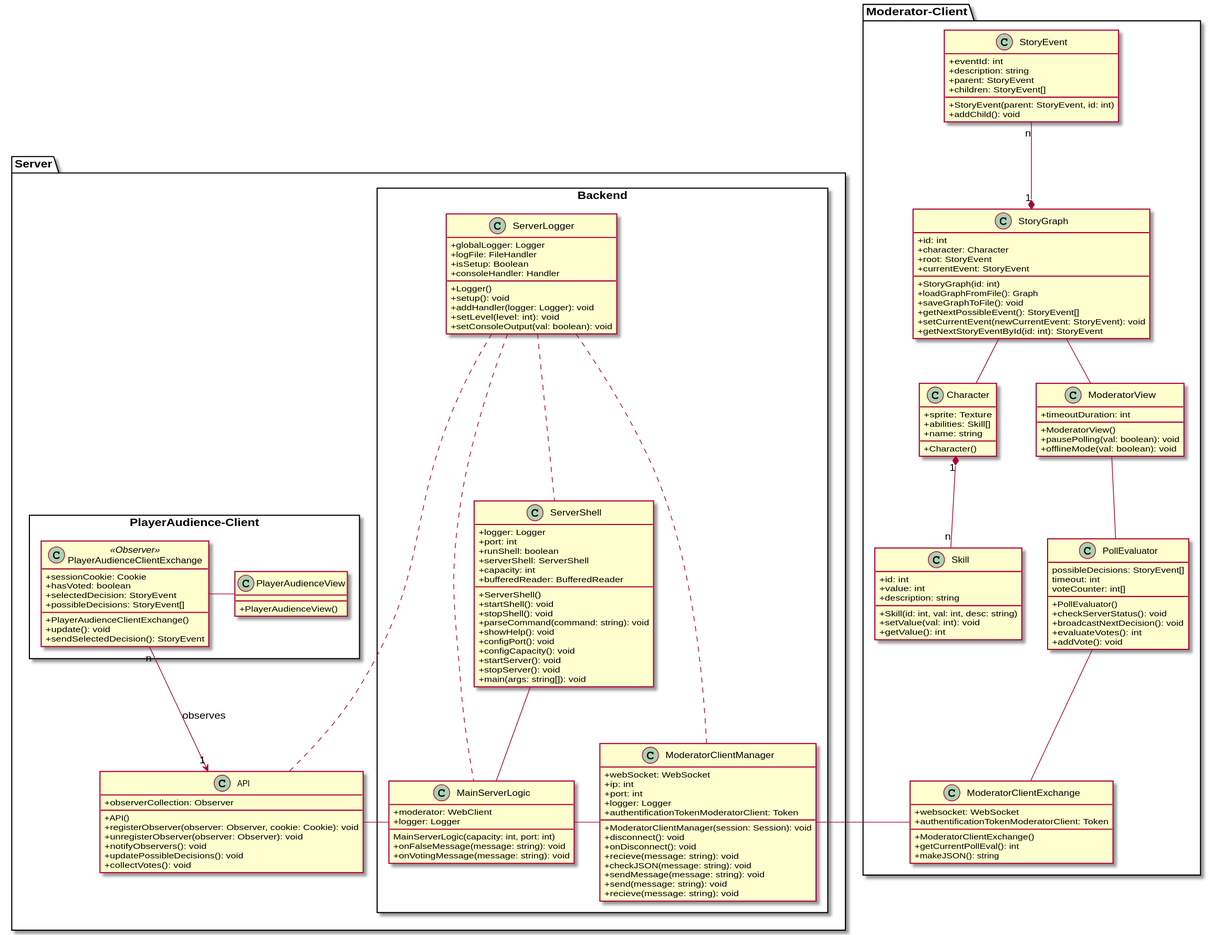
Before: Docs/Technical Specifications/docs/diagrams/ClassDiagrams/ClassDiagram.svg, a diagram exported from PlantUML (Brotenko/QualityQuest).
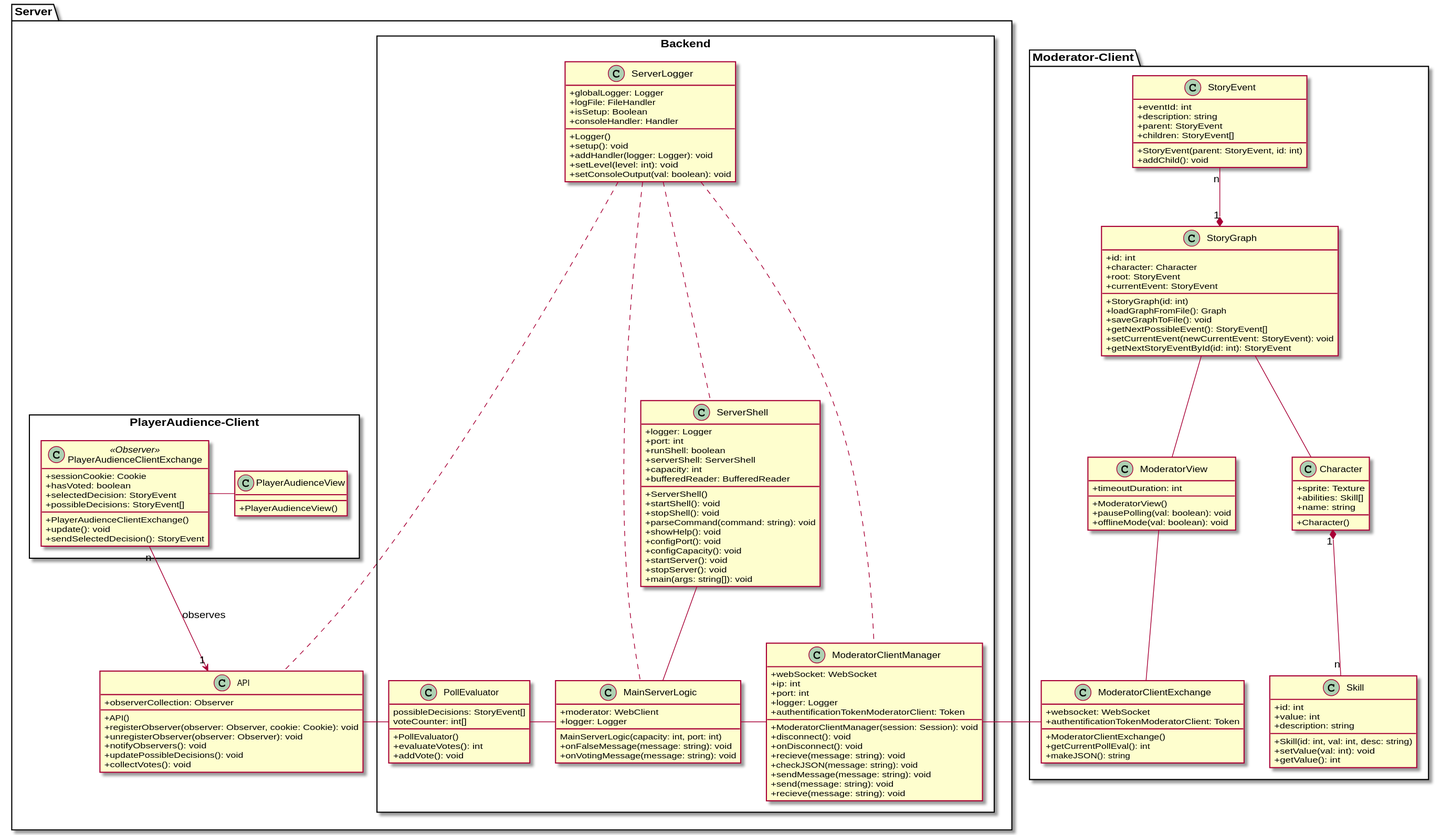
After the commit.

Commit message:
moved pollEvaluator-class from moderator-client to server

The edit, as a diff of the source:
```diff
@@ -25,6 +25,21 @@
     {method} +getNextStoryEventById(id: int): StoryEvent
   }
 
+  class "ModeratorView" as mf {
+    {field} +timeoutDuration: int
+    {method} +ModeratorView()
+    {method} +pausePolling(val: boolean): void
+    {method} +offlineMode(val: boolean): void
+  }
+
+  class "ModeratorClientExchange" as mcei{
+    {field} +websocket: WebSocket
+    {field} +authentificationTokenModeratorClient: Token
+    {method} +ModeratorClientExchange()
+    {method} +getCurrentPollEval(): int
+    {method} +makeJSON(): string
+  }
+
   class Skill {
     {field} +id: int
     {field} +value: int
@@ -41,39 +56,11 @@
     {method} +Character()
   }
 
-  class "ModeratorView" as mf {
-    {field} +timeoutDuration: int
-    {method} +ModeratorView()
-    {method} +pausePolling(val: boolean): void
-    {method} +offlineMode(val: boolean): void
-  }
-
-  class "PollEvaluator" as pe {
-
-    {field} possibleDecisions: StoryEvent[]
-    {field} timeout: int
-    {field} voteCounter: int[]
-    {method} +PollEvaluator()
-    {method} +checkServerStatus(): void
-    {method} +broadcastNextDecision(): void
-    {method} +evaluateVotes(): int
-    {method} +addVote(): void
-  }
-
-  class "ModeratorClientExchange" as mcei{
-    {field} +websocket: WebSocket
-    {field} +authentificationTokenModeratorClient: Token
-    {method} +ModeratorClientExchange()
-    {method} +getCurrentPollEval(): int
-    {method} +makeJSON(): string
-  }
-
   StoryEvent "n" --* "1" StoryGraph
   StoryGraph -- mf
   StoryGraph -- Character
   Character "1" *-- "n" Skill
-  mf -- pe
-  pe -- mcei
+  mf -- mcei
 }
 
 package "Server" {
@@ -132,6 +119,14 @@
 
     }
 
+    class "PollEvaluator" as pe {
+    {field} possibleDecisions: StoryEvent[]
+    {field} voteCounter: int[]
+    {method} +PollEvaluator()
+    {method} +evaluateVotes(): int
+    {method} +addVote(): void
+  }
+
     class "ServerLogger" as sl {
       {field} +globalLogger: Logger
       {field} +logFile: FileHandler
@@ -161,7 +156,8 @@
   }
   ss -- msl
   msl - cm
-  msl -left- api
+  msl -left- pe
+  pe -left- api
   sl ... cm
   sl ... msl
   sl ... api
@@ -170,5 +166,5 @@
   api "1" <-up- "n" pace : observes
 }
 
-mcei - cm
+mcei -right- cm
 @enduml
```
